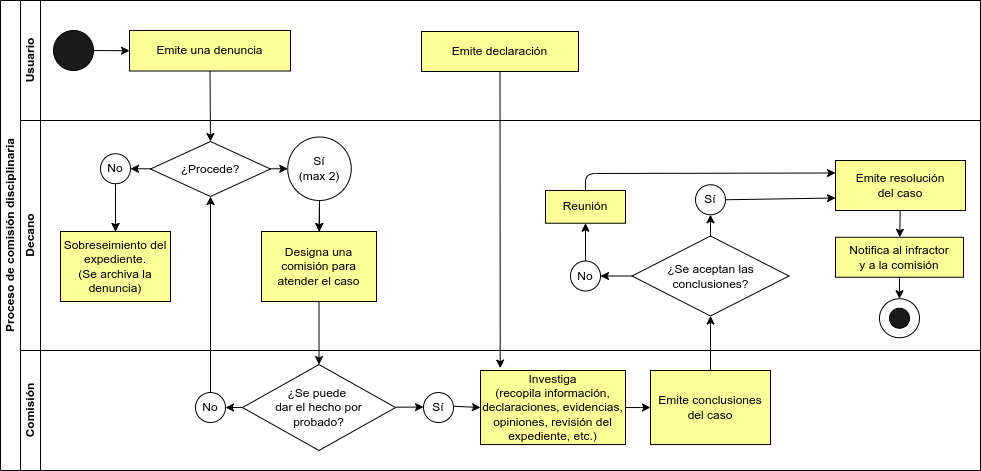
This is images/process.png from carlosepcc/thesis-ici, a draw.io export, as it was before one commit. Source tidied: cells renumbered, new cells last; positions are measured from the earlier drawing's top-left corner, leaving out a move shared by most shapes.
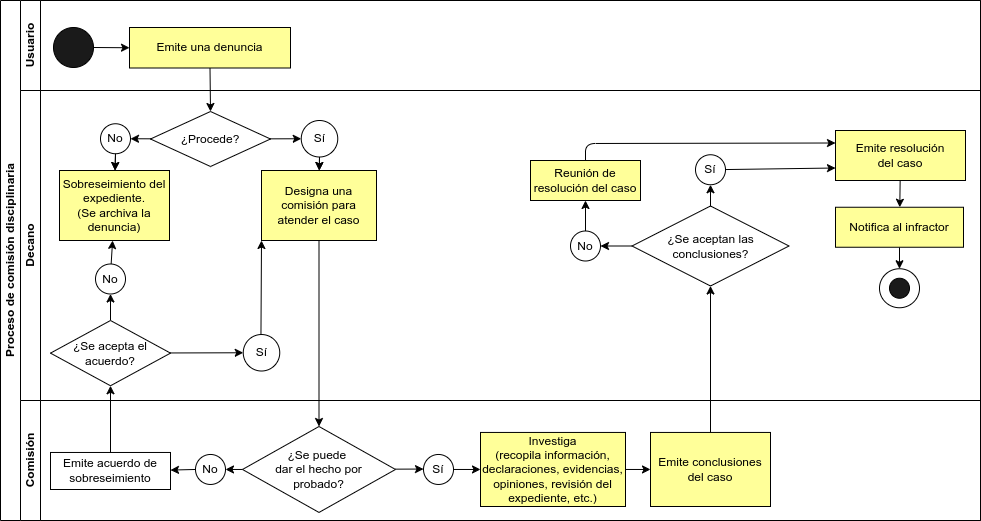
Later version of the same file.

What changed in the source:
```diff
@@ -3,40 +3,31 @@
     <mxCell id="0" />
     <mxCell id="1" parent="0" />
     <mxCell id="2" value="Proceso de comisión disciplinaria" style="swimlane;horizontal=0;startSize=20;whiteSpace=wrap;labelBorderColor=none;labelBackgroundColor=none;" parent="1" vertex="1">
-      <mxGeometry width="980" height="470" as="geometry" />
+      <mxGeometry width="980" height="520" as="geometry" />
     </mxCell>
     <mxCell id="3" value="Usuario" style="swimlane;startSize=20;horizontal=0;whiteSpace=wrap;labelBorderColor=none;labelBackgroundColor=none;" parent="2" vertex="1">
-      <mxGeometry x="20" width="960" height="120" as="geometry" />
+      <mxGeometry x="20" width="960" height="90" as="geometry" />
     </mxCell>
     <mxCell id="4" style="edgeStyle=none;sketch=0;exitX=1;exitY=0.5;exitDx=0;exitDy=0;entryX=0;entryY=0.5;entryDx=0;entryDy=0;shadow=0;fontFamily=Helvetica;fontSize=12;fontColor=default;labelBorderColor=none;labelBackgroundColor=none;" parent="3" edge="1" source="5" target="6">
       <mxGeometry relative="1" as="geometry" />
     </mxCell>
     <mxCell id="5" style="ellipse;whiteSpace=wrap;labelBorderColor=none;labelBackgroundColor=none;fillColor=#1A1A1A;" parent="3" vertex="1">
-      <mxGeometry x="33" y="30" width="40" height="40" as="geometry" />
+      <mxGeometry x="33" y="27" width="40" height="40" as="geometry" />
     </mxCell>
     <mxCell id="6" value="Emite una denuncia" style="rounded=0;whiteSpace=wrap;labelBorderColor=none;labelBackgroundColor=none;fillColor=#FFFF99;" parent="3" vertex="1">
-      <mxGeometry x="109" y="30" width="161" height="40.5" as="geometry" />
+      <mxGeometry x="109" y="27" width="161" height="40.5" as="geometry" />
     </mxCell>
-    <mxCell id="7" value="Emite declaración" style="rounded=0;whiteSpace=wrap;labelBorderColor=none;labelBackgroundColor=none;fillColor=#FFFF99;" parent="3" vertex="1">
-      <mxGeometry x="401" y="31" width="157" height="40" as="geometry" />
-    </mxCell>
     <mxCell id="8" style="edgeStyle=none;exitX=0.5;exitY=1;exitDx=0;exitDy=0;entryX=0.5;entryY=0;entryDx=0;entryDy=0;labelBorderColor=none;labelBackgroundColor=none;" parent="2" edge="1" source="6" target="18">
       <mxGeometry relative="1" as="geometry" />
     </mxCell>
     <mxCell id="9" style="edgeStyle=none;sketch=0;fontFamily=Helvetica;fontSize=12;fontColor=default;exitX=0.5;exitY=1;exitDx=0;exitDy=0;labelBorderColor=none;labelBackgroundColor=none;entryX=0.5;entryY=0;entryDx=0;entryDy=0;" parent="2" edge="1" source="19" target="43">
       <mxGeometry relative="1" as="geometry" />
     </mxCell>
-    <mxCell id="10" style="edgeStyle=none;labelBorderColor=none;labelBackgroundColor=none;entryX=0.5;entryY=1;entryDx=0;entryDy=0;" parent="2" edge="1" source="41" target="18">
-      <mxGeometry relative="1" as="geometry" />
-    </mxCell>
     <mxCell id="11" style="edgeStyle=none;sketch=0;shadow=0;fontFamily=Helvetica;fontSize=12;fontColor=default;labelBorderColor=none;labelBackgroundColor=none;exitX=0.5;exitY=0;exitDx=0;exitDy=0;entryX=0.5;entryY=1;entryDx=0;entryDy=0;" parent="2" edge="1" source="46" target="26">
       <mxGeometry relative="1" as="geometry" />
     </mxCell>
-    <mxCell id="12" style="edgeStyle=none;sketch=0;shadow=0;fontFamily=Helvetica;fontSize=12;fontColor=default;entryX=0.136;entryY=-0.032;entryDx=0;entryDy=0;exitX=0.5;exitY=1;exitDx=0;exitDy=0;labelBorderColor=none;labelBackgroundColor=none;entryPerimeter=0;" parent="2" edge="1" source="7" target="47">
-      <mxGeometry relative="1" as="geometry" />
-    </mxCell>
     <mxCell id="13" value="Decano" style="swimlane;startSize=20;horizontal=0;whiteSpace=wrap;labelBorderColor=none;labelBackgroundColor=none;" parent="2" vertex="1">
-      <mxGeometry x="20" y="120" width="960" height="230" as="geometry" />
+      <mxGeometry x="20" y="90" width="960" height="310" as="geometry" />
     </mxCell>
     <mxCell id="14" style="edgeStyle=none;html=1;" parent="13" edge="1" source="15" target="16">
       <mxGeometry relative="1" as="geometry" />
@@ -45,7 +36,7 @@
       <mxGeometry x="80" y="33.2" width="30" height="30" as="geometry" />
     </mxCell>
     <mxCell id="16" value="Sobreseimiento del expediente.&#10;(Se archiva la denuncia)" style="whiteSpace=wrap;labelBorderColor=none;labelBackgroundColor=none;fillColor=#FFFF99;" parent="13" vertex="1">
-      <mxGeometry x="40" y="111" width="110" height="70" as="geometry" />
+      <mxGeometry x="39" y="80" width="110" height="70" as="geometry" />
     </mxCell>
     <mxCell id="17" style="edgeStyle=none;labelBorderColor=none;labelBackgroundColor=none;" parent="13" edge="1" source="15" target="16">
       <mxGeometry relative="1" as="geometry" />
@@ -54,7 +45,7 @@
       <mxGeometry x="130" y="21" width="120" height="55" as="geometry" />
     </mxCell>
     <mxCell id="19" value="Designa una&#10;comisión para atender el caso" style="whiteSpace=wrap;labelBorderColor=none;labelBackgroundColor=none;fillColor=#FFFF99;" parent="13" vertex="1">
-      <mxGeometry x="241" y="111" width="115" height="70" as="geometry" />
+      <mxGeometry x="241" y="80" width="115" height="70" as="geometry" />
     </mxCell>
     <mxCell id="20" style="edgeStyle=none;labelBorderColor=none;labelBackgroundColor=none;" parent="13" edge="1" source="18" target="15">
       <mxGeometry relative="1" as="geometry" />
@@ -65,8 +56,8 @@
     <mxCell id="22" style="edgeStyle=none;html=1;fontSize=11;" parent="13" edge="1" source="23" target="19">
       <mxGeometry relative="1" as="geometry" />
     </mxCell>
-    <mxCell id="23" value="Sí&#10;(max 2)" style="ellipse;shadow=0;sketch=0;whiteSpace=wrap;labelBorderColor=none;labelBackgroundColor=none;" parent="13" vertex="1">
-      <mxGeometry x="267.2" y="16.5" width="63.5" height="63.5" as="geometry" />
+    <mxCell id="23" value="Sí" style="ellipse;shadow=0;sketch=0;whiteSpace=wrap;labelBorderColor=none;labelBackgroundColor=none;" parent="13" vertex="1">
+      <mxGeometry x="280.8" y="30" width="36.5" height="36.5" as="geometry" />
     </mxCell>
     <mxCell id="24" style="edgeStyle=none;labelBorderColor=none;labelBackgroundColor=none;" parent="13" edge="1" source="18" target="23">
       <mxGeometry relative="1" as="geometry" />
@@ -83,7 +74,7 @@
     <mxCell id="28" style="edgeStyle=none;sketch=0;shadow=0;fontFamily=Helvetica;fontSize=12;fontColor=default;labelBorderColor=none;labelBackgroundColor=none;" parent="13" edge="1" source="29" target="33">
       <mxGeometry relative="1" as="geometry" />
     </mxCell>
-    <mxCell id="29" value="Notifica al infractor&#10;y a la comisión" style="shadow=0;sketch=0;whiteSpace=wrap;labelBorderColor=none;labelBackgroundColor=none;fillColor=#FFFF99;" parent="13" vertex="1">
+    <mxCell id="29" value="Notifica al infractor" style="shadow=0;sketch=0;whiteSpace=wrap;labelBorderColor=none;labelBackgroundColor=none;fillColor=#FFFF99;" parent="13" vertex="1">
       <mxGeometry x="815" y="116.8" width="128" height="40" as="geometry" />
     </mxCell>
     <mxCell id="30" value="Emite resolución&#10;del caso" style="shadow=0;sketch=0;whiteSpace=wrap;labelBorderColor=none;labelBackgroundColor=none;fillColor=#FFFF99;" parent="13" vertex="1">
@@ -116,35 +107,56 @@
         </Array>
       </mxGeometry>
     </mxCell>
-    <mxCell id="38" value="Reunión" style="rounded=0;whiteSpace=wrap;html=1;fillColor=#FFFF99;" parent="13" vertex="1">
-      <mxGeometry x="525" y="70" width="80" height="32.8" as="geometry" />
+    <mxCell id="38" value="Reunión de resolución del caso" style="rounded=0;whiteSpace=wrap;html=1;fillColor=#FFFF99;" parent="13" vertex="1">
+      <mxGeometry x="510" y="70" width="110" height="40" as="geometry" />
     </mxCell>
     <mxCell id="39" style="ellipse;whiteSpace=wrap;html=1;fillColor=#1A1A1A;" parent="13" vertex="1">
       <mxGeometry x="869" y="187.8" width="20" height="20" as="geometry" />
     </mxCell>
+    <mxCell id="50" style="edgeStyle=none;html=1;" parent="13" edge="1" source="52" target="54">
+      <mxGeometry relative="1" as="geometry" />
+    </mxCell>
+    <mxCell id="51" style="edgeStyle=none;html=1;" parent="13" edge="1" source="52" target="56">
+      <mxGeometry relative="1" as="geometry" />
+    </mxCell>
+    <mxCell id="52" value="¿Se acepta el acuerdo?" style="rhombus;whiteSpace=wrap;html=1;labelBorderColor=none;labelBackgroundColor=none;" parent="13" vertex="1">
+      <mxGeometry x="30" y="230" width="120" height="65.3" as="geometry" />
+    </mxCell>
+    <mxCell id="53" style="edgeStyle=none;html=1;entryX=0;entryY=1;entryDx=0;entryDy=0;" parent="13" edge="1" source="54" target="19">
+      <mxGeometry relative="1" as="geometry" />
+    </mxCell>
+    <mxCell id="54" value="Sí" style="ellipse;shadow=0;sketch=0;whiteSpace=wrap;labelBorderColor=none;labelBackgroundColor=none;" parent="13" vertex="1">
+      <mxGeometry x="222.8" y="244" width="36.5" height="36.5" as="geometry" />
+    </mxCell>
+    <mxCell id="55" style="edgeStyle=none;html=1;" parent="13" edge="1" source="56" target="16">
+      <mxGeometry relative="1" as="geometry" />
+    </mxCell>
+    <mxCell id="56" value="No" style="ellipse;whiteSpace=wrap;labelBorderColor=none;labelBackgroundColor=none;" parent="13" vertex="1">
+      <mxGeometry x="75" y="173.5" width="30" height="30" as="geometry" />
+    </mxCell>
     <mxCell id="40" value="Comisión" style="swimlane;startSize=20;horizontal=0;whiteSpace=wrap;labelBorderColor=none;labelBackgroundColor=none;" parent="2" vertex="1">
-      <mxGeometry x="20" y="350" width="960" height="120" as="geometry" />
+      <mxGeometry x="20" y="400" width="960" height="120" as="geometry" />
     </mxCell>
     <mxCell id="41" value="No" style="ellipse;whiteSpace=wrap;labelBorderColor=none;labelBackgroundColor=none;" parent="40" vertex="1">
-      <mxGeometry x="175" y="42" width="30" height="30" as="geometry" />
+      <mxGeometry x="175" y="54" width="30" height="30" as="geometry" />
     </mxCell>
     <mxCell id="42" style="edgeStyle=none;html=1;" parent="40" edge="1" source="43" target="44">
       <mxGeometry relative="1" as="geometry" />
     </mxCell>
     <mxCell id="43" value="¿Se puede &#10;dar el hecho por&#10;probado?" style="rhombus;whiteSpace=wrap;labelBorderColor=none;labelBackgroundColor=none;" parent="40" vertex="1">
-      <mxGeometry x="222" y="14.1" width="153" height="85.9" as="geometry" />
+      <mxGeometry x="222" y="26" width="153" height="85.9" as="geometry" />
     </mxCell>
     <mxCell id="44" value="Sí" style="ellipse;shadow=0;sketch=0;whiteSpace=wrap;labelBorderColor=none;labelBackgroundColor=none;" parent="40" vertex="1">
-      <mxGeometry x="403" y="42" width="30" height="30" as="geometry" />
+      <mxGeometry x="403" y="54" width="30" height="30" as="geometry" />
     </mxCell>
     <mxCell id="45" style="edgeStyle=none;html=1;exitX=0;exitY=0.5;exitDx=0;exitDy=0;entryX=1;entryY=0.5;entryDx=0;entryDy=0;" parent="40" edge="1" source="43" target="41">
       <mxGeometry relative="1" as="geometry" />
     </mxCell>
     <mxCell id="46" value="Emite conclusiones del caso" style="whiteSpace=wrap;labelBorderColor=none;labelBackgroundColor=none;fillColor=#FFFF99;" parent="40" vertex="1">
-      <mxGeometry x="630" y="20" width="120" height="74.1" as="geometry" />
+      <mxGeometry x="630" y="31.9" width="120" height="74.1" as="geometry" />
     </mxCell>
     <mxCell id="47" value="Investiga&#10;(recopila información, declaraciones, evidencias, opiniones, revisión del expediente, etc.)" style="whiteSpace=wrap;labelBorderColor=none;labelBackgroundColor=none;fillColor=#FFFF99;" parent="40" vertex="1">
-      <mxGeometry x="460" y="20" width="145" height="74.1" as="geometry" />
+      <mxGeometry x="460" y="31.9" width="145" height="74.1" as="geometry" />
     </mxCell>
     <mxCell id="48" style="edgeStyle=none;sketch=0;shadow=0;fontFamily=Helvetica;fontSize=12;fontColor=default;labelBorderColor=none;labelBackgroundColor=none;entryX=0;entryY=0.5;entryDx=0;entryDy=0;" parent="40" edge="1" source="47" target="46">
       <mxGeometry relative="1" as="geometry" />
@@ -152,5 +164,14 @@
     <mxCell id="49" style="edgeStyle=none;sketch=0;labelBorderColor=none;labelBackgroundColor=none;entryX=0;entryY=0.5;entryDx=0;entryDy=0;" parent="40" edge="1" source="44" target="47">
       <mxGeometry relative="1" as="geometry" />
     </mxCell>
+    <mxCell id="57" value="Emite acuerdo de sobreseimiento" style="whiteSpace=wrap;html=1;labelBorderColor=none;labelBackgroundColor=none;" parent="40" vertex="1">
+      <mxGeometry x="30" y="52" width="120" height="37" as="geometry" />
+    </mxCell>
+    <mxCell id="58" style="edgeStyle=none;html=1;" parent="40" edge="1" source="41" target="57">
+      <mxGeometry relative="1" as="geometry" />
+    </mxCell>
+    <mxCell id="59" style="edgeStyle=none;html=1;" parent="2" edge="1" source="57" target="52">
+      <mxGeometry relative="1" as="geometry" />
+    </mxCell>
   </root>
 </mxGraphModel>
```
